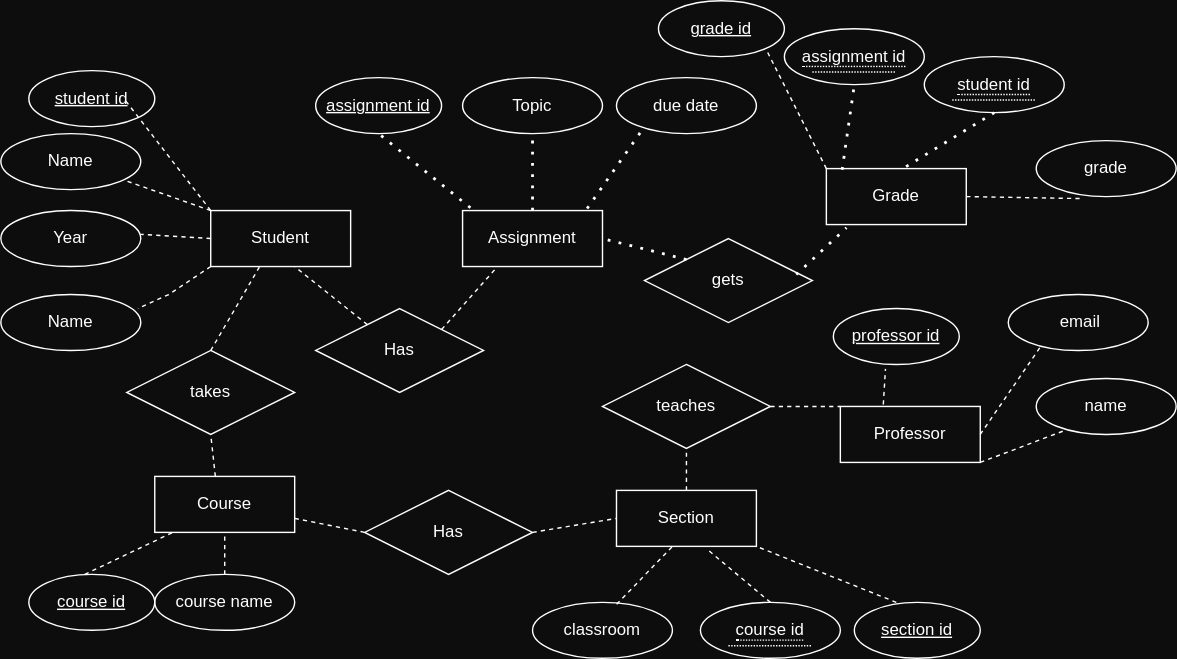
Above: images/diagram.drawio.svg in dbdesign-students-spring2024/5-database-design-mathewpan2 (draw.io), before the change. Source tidied: cells renumbered, new cells last; positions are measured from the earlier drawing's top-left corner, leaving out a move shared by most shapes.
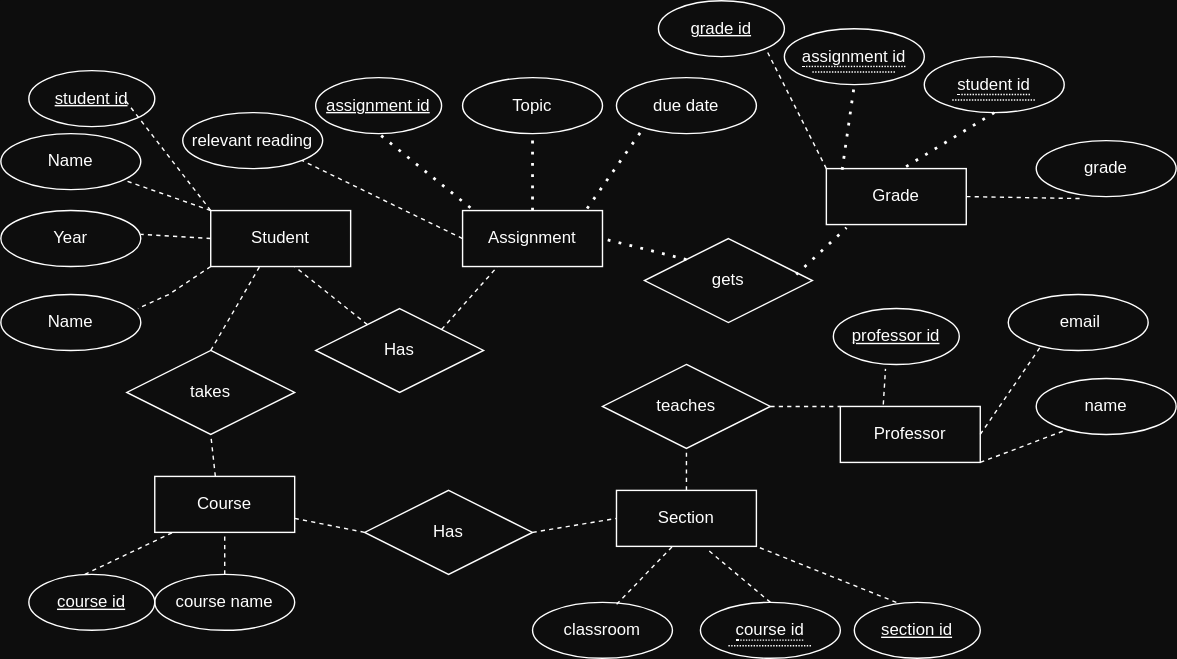
The same diagram one commit later.

Change to the diagram source:
```diff
@@ -237,5 +237,11 @@
     <mxCell id="66" style="endArrow=none;dashed=1;html=1;rounded=0;entryX=1;entryY=1;entryDx=0;entryDy=0;exitX=0;exitY=0;exitDx=0;exitDy=0;" parent="1" edge="1" source="12" target="65">
       <mxGeometry relative="1" as="geometry" />
     </mxCell>
+    <mxCell id="67" style="endArrow=none;dashed=1;html=1;rounded=0;exitX=0;exitY=0.5;exitDx=0;exitDy=0;entryX=1;entryY=1;entryDx=0;entryDy=0;" parent="1" edge="1" source="11" target="68">
+      <mxGeometry relative="1" as="geometry" />
+    </mxCell>
+    <mxCell id="68" value="relevant reading" style="ellipse;whiteSpace=wrap;html=1;align=center;fillColor=none;labelBackgroundColor=none;" parent="1" vertex="1">
+      <mxGeometry x="130" y="80" width="100" height="40" as="geometry" />
+    </mxCell>
   </root>
 </mxGraphModel>
```
